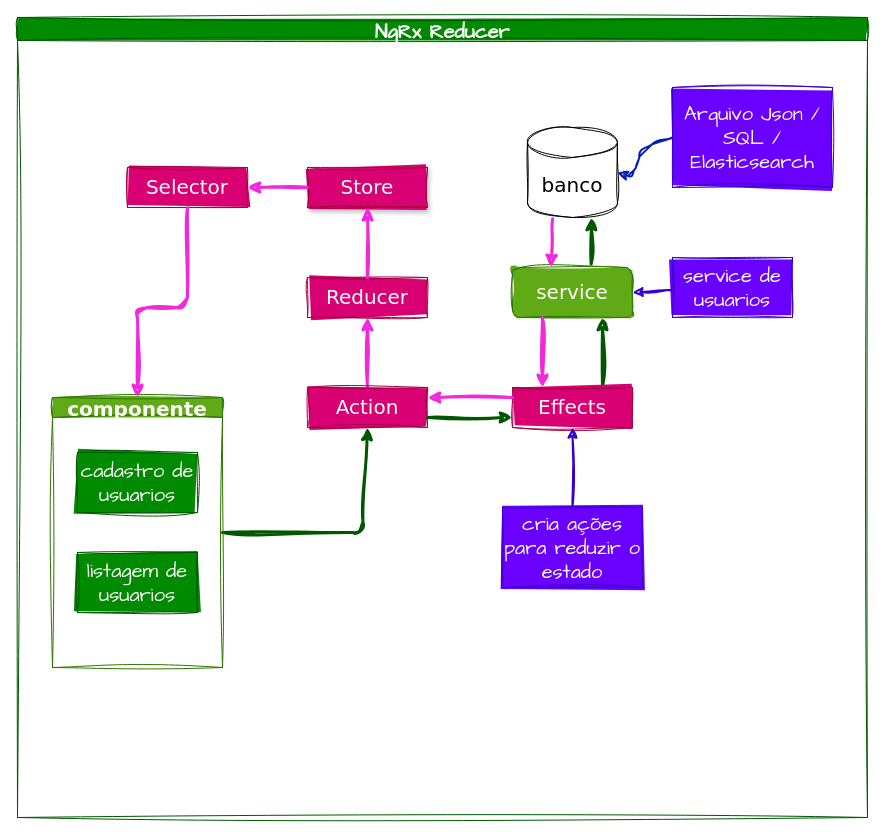
This is page "ReducerNgRx_Entendimento" (2 of 2) of drawioNgRxReduce.drawio from BlackCode777/ProgramacaoReativaReduxAngularNgrx, a draw.io file, before an edit. Source tidied: cells renumbered, new cells numbered last; positions are measured from the earlier drawing's top-left corner, leaving out a move shared by most shapes. Both pictures are drawn from the tidied source at 100%, with x=0, y=0 at pixel (17, 17).
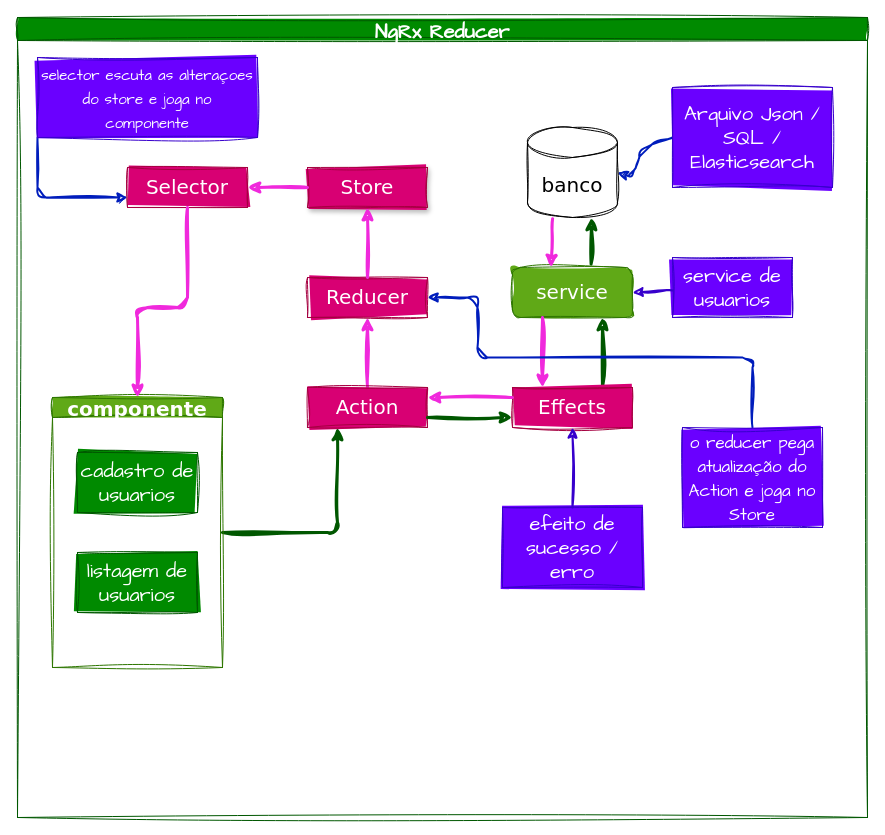
Above is the later version.

Unchanged cells that the change refers to:
```xml
<mxCell id="2" value="NgRx Reducer" style="swimlane;sketch=1;hachureGap=4;jiggle=2;curveFitting=1;fontFamily=Architects Daughter;fontSize=20;fillColor=#008a00;fontColor=#ffffff;strokeColor=#005700;fillStyle=solid;startSize=23;" parent="1" vertex="1">
  <mxGeometry width="850" height="800" as="geometry" />
</mxCell>
<mxCell id="4" value="&lt;font face=&quot;Verdana&quot;&gt;Selector&lt;/font&gt;" style="rounded=0;whiteSpace=wrap;html=1;sketch=1;hachureGap=4;jiggle=2;curveFitting=1;fontFamily=Architects Daughter;fontSize=20;fillColor=#d80073;fontColor=#ffffff;strokeColor=#A50040;fillStyle=solid;" parent="2" vertex="1">
  <mxGeometry x="110" y="150" width="120" height="40" as="geometry" />
</mxCell>
<mxCell id="7" value="componente" style="swimlane;startSize=20;horizontal=1;containerType=tree;sketch=1;hachureGap=4;jiggle=2;curveFitting=1;fontFamily=Verdana;fontSize=20;strokeColor=#2D7600;fillStyle=solid;fillColor=#60a917;fontColor=#ffffff;" parent="2" vertex="1">
  <mxGeometry x="35" y="380" width="170" height="270" as="geometry" />
</mxCell>
<mxCell id="11" value="&lt;font face=&quot;Verdana&quot;&gt;Reducer&lt;/font&gt;" style="rounded=0;whiteSpace=wrap;html=1;sketch=1;hachureGap=4;jiggle=2;curveFitting=1;fontFamily=Architects Daughter;fontSize=20;fillStyle=solid;fillColor=#d80073;fontColor=#ffffff;strokeColor=#A50040;" parent="2" vertex="1">
  <mxGeometry x="290" y="260" width="120" height="40" as="geometry" />
</mxCell>
<mxCell id="13" value="&lt;font face=&quot;Verdana&quot;&gt;Action&lt;/font&gt;" style="rounded=0;whiteSpace=wrap;html=1;sketch=1;hachureGap=4;jiggle=2;curveFitting=1;fontFamily=Architects Daughter;fontSize=20;fillColor=#d80073;fontColor=#ffffff;strokeColor=#A50040;fillStyle=solid;" parent="2" vertex="1">
  <mxGeometry x="290" y="370" width="120" height="40" as="geometry" />
</mxCell>
```

What changed in the source:
```diff
@@
-    <mxCell id="6" style="edgeStyle=none;sketch=1;hachureGap=4;jiggle=2;curveFitting=1;html=1;entryX=0.5;entryY=1;entryDx=0;entryDy=0;strokeColor=#005700;fontFamily=Architects Daughter;fontSize=16;fillColor=#008a00;strokeWidth=3;" parent="2" edge="1" source="7" target="13">
+    <mxCell id="6" style="edgeStyle=none;sketch=1;hachureGap=4;jiggle=2;curveFitting=1;html=1;entryX=0.25;entryY=1;entryDx=0;entryDy=0;strokeColor=#005700;fontFamily=Architects Daughter;fontSize=16;fillColor=#008a00;strokeWidth=3;" parent="2" edge="1" source="7" target="13">
       <mxGeometry relative="1" as="geometry">
         <Array as="points">
-          <mxPoint x="345" y="515" />
+          <mxPoint x="320" y="515" />
         </Array>
       </mxGeometry>
     </mxCell>
@@
-    <mxCell id="26" value="cria ações para reduzir o estado" style="rounded=0;whiteSpace=wrap;html=1;sketch=1;hachureGap=4;jiggle=2;curveFitting=1;fontFamily=Architects Daughter;fontSize=20;fillColor=#6a00ff;strokeColor=#3700CC;fillStyle=solid;fontColor=#ffffff;" parent="2" vertex="1">
+    <mxCell id="26" value="efeito de sucesso / erro" style="rounded=0;whiteSpace=wrap;html=1;sketch=1;hachureGap=4;jiggle=2;curveFitting=1;fontFamily=Architects Daughter;fontSize=20;fillColor=#6a00ff;strokeColor=#3700CC;fillStyle=solid;fontColor=#ffffff;" parent="2" vertex="1">
       <mxGeometry x="485" y="490" width="140" height="80" as="geometry" />
     </mxCell>
@@
+    <mxCell id="30" style="edgeStyle=none;sketch=1;hachureGap=4;jiggle=2;curveFitting=1;html=1;entryX=1;entryY=0.5;entryDx=0;entryDy=0;strokeColor=#001DBC;strokeWidth=2;fontFamily=Verdana;fontSize=17;fontColor=#F0F0F0;fillColor=#0050ef;" parent="2" edge="1" source="31" target="11">
+      <mxGeometry relative="1" as="geometry">
+        <Array as="points">
+          <mxPoint x="735" y="340" />
+          <mxPoint x="460" y="340" />
+          <mxPoint x="460" y="280" />
+        </Array>
+      </mxGeometry>
+    </mxCell>
+    <mxCell id="31" value="&lt;font style=&quot;font-size: 17px;&quot;&gt;o reducer pega atualização do Action e joga no Store&lt;/font&gt;" style="rounded=0;whiteSpace=wrap;html=1;sketch=1;hachureGap=4;jiggle=2;curveFitting=1;fontFamily=Architects Daughter;fontSize=20;fillColor=#6a00ff;strokeColor=#3700CC;fillStyle=solid;fontColor=#ffffff;" parent="2" vertex="1">
+      <mxGeometry x="665" y="410" width="140" height="100" as="geometry" />
+    </mxCell>
+    <mxCell id="32" style="edgeStyle=none;sketch=1;hachureGap=4;jiggle=2;curveFitting=1;html=1;exitX=0;exitY=1;exitDx=0;exitDy=0;entryX=0;entryY=0.75;entryDx=0;entryDy=0;strokeColor=#001DBC;strokeWidth=2;fontFamily=Verdana;fontSize=15;fontColor=#F0F0F0;fillColor=#0050ef;" parent="2" edge="1" source="33" target="4">
+      <mxGeometry relative="1" as="geometry">
+        <Array as="points">
+          <mxPoint x="20" y="180" />
+        </Array>
+      </mxGeometry>
+    </mxCell>
+    <mxCell id="33" value="&lt;font style=&quot;font-size: 15px;&quot;&gt;selector escuta as alteraçoes do store e joga no componente&lt;/font&gt;" style="rounded=0;whiteSpace=wrap;html=1;sketch=1;hachureGap=4;jiggle=2;curveFitting=1;fontFamily=Architects Daughter;fontSize=20;fillColor=#6a00ff;strokeColor=#3700CC;fillStyle=solid;fontColor=#ffffff;" parent="2" vertex="1">
+      <mxGeometry x="20" y="40" width="220" height="80" as="geometry" />
+    </mxCell>
```
